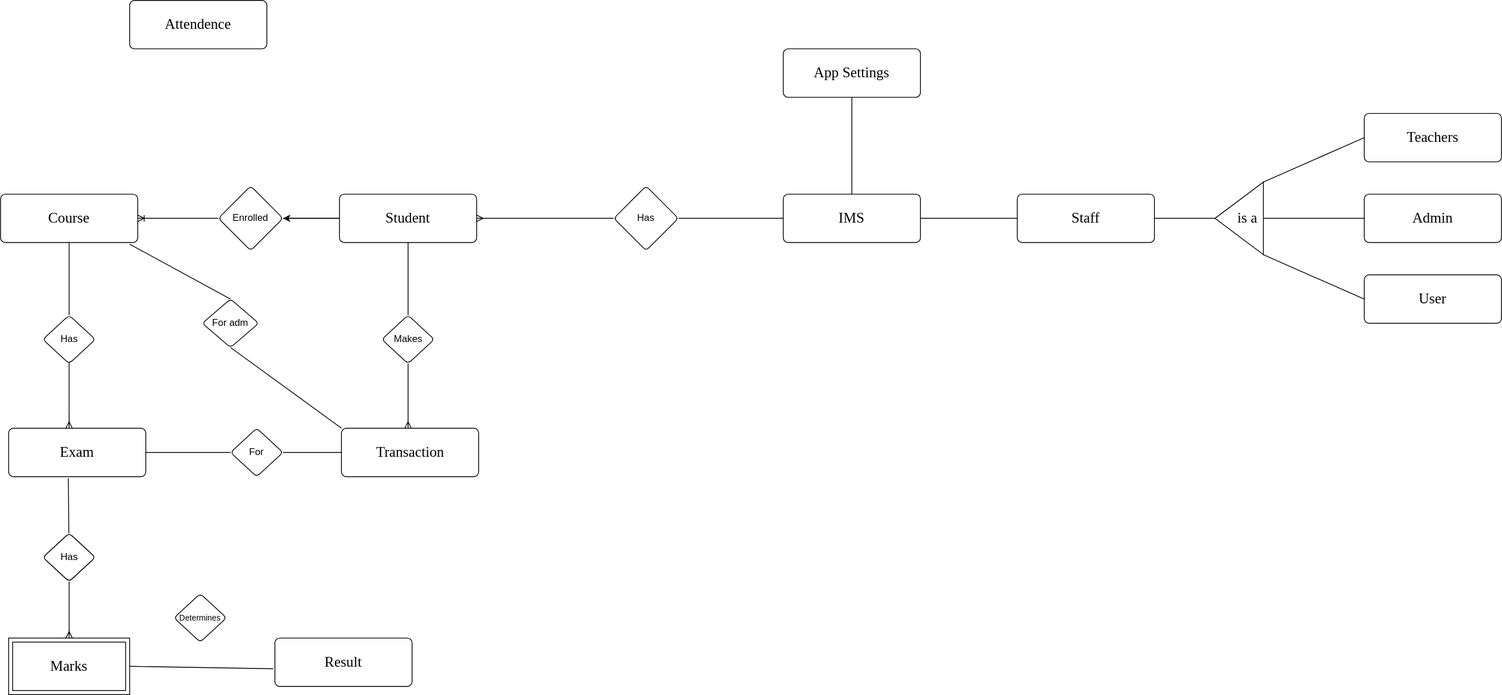
Earlier version of the draw.io export IMS E-R .drawio.svg (IshuPrabhakar/Institute-Management-System). Source tidied: cells renumbered, new cells last; positions are measured from the earlier drawing's top-left corner, leaving out a move shared by most shapes.
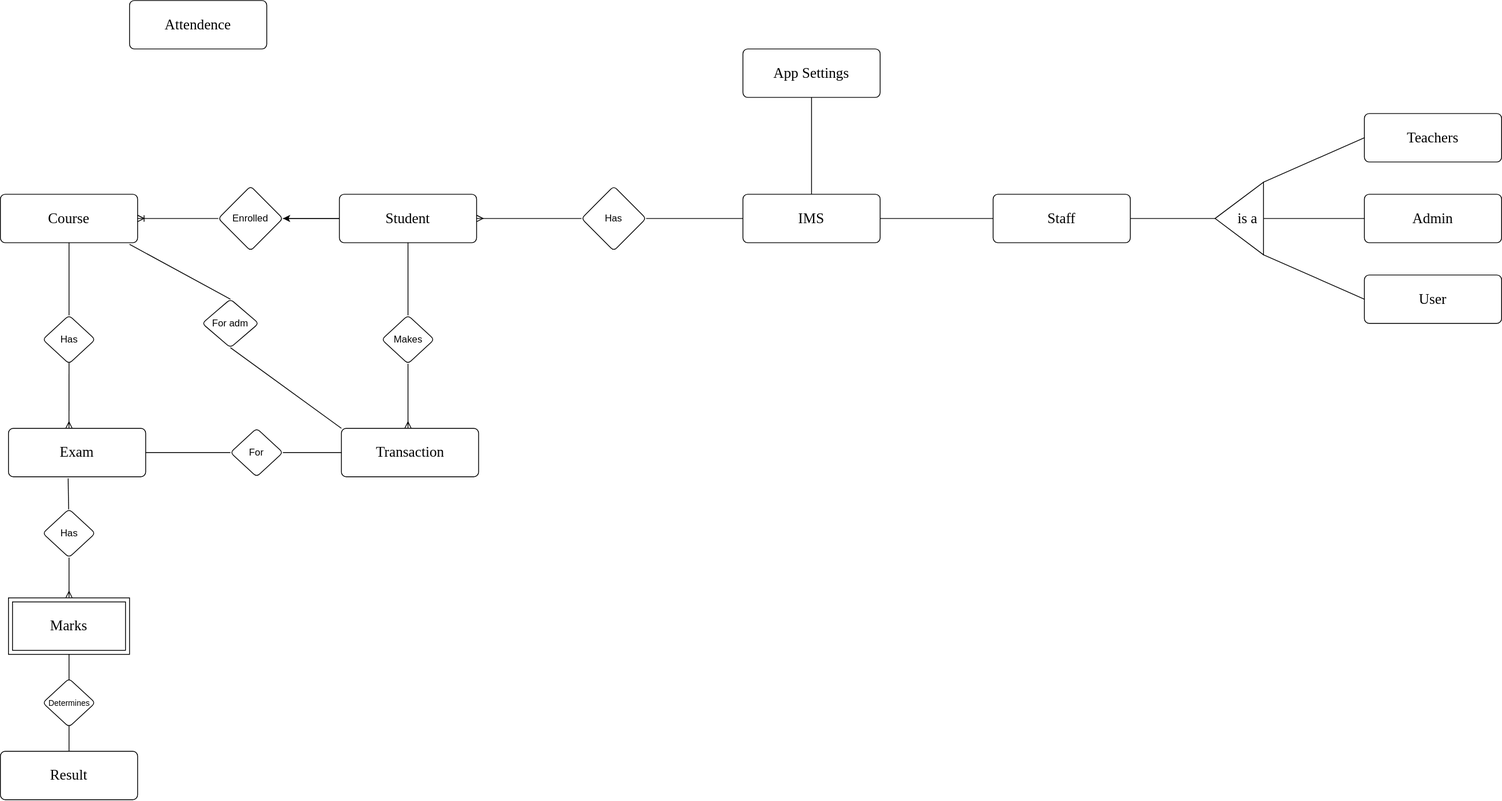
After the change.

Change to the diagram source:
```diff
@@ -32,7 +32,7 @@
     </object>
     <object id="8" label="&lt;font face=&quot;Poppins&quot; style=&quot;font-size: 18px;&quot;&gt;Staff&lt;/font&gt;" placeholders="1">
       <mxCell style="rounded=1;arcSize=10;whiteSpace=wrap;html=1;align=center;" parent="1" vertex="1">
-        <mxGeometry x="1260" y="240" width="170" height="60" as="geometry" />
+        <mxGeometry x="1230" y="240" width="170" height="60" as="geometry" />
       </mxCell>
     </object>
     <object id="9" label="&lt;font face=&quot;Poppins&quot; style=&quot;font-size: 18px;&quot;&gt;User&lt;/font&gt;" placeholders="1">
@@ -42,7 +42,7 @@
     </object>
     <object id="10" label="&lt;font face=&quot;Poppins&quot; style=&quot;font-size: 18px;&quot;&gt;App Settings&lt;/font&gt;" placeholders="1">
       <mxCell style="rounded=1;arcSize=10;whiteSpace=wrap;html=1;align=center;" parent="1" vertex="1">
-        <mxGeometry x="970" y="60" width="170" height="60" as="geometry" />
+        <mxGeometry x="920" y="60" width="170" height="60" as="geometry" />
       </mxCell>
     </object>
     <object id="11" label="&lt;font face=&quot;Poppins&quot;&gt;&lt;span style=&quot;font-size: 18px;&quot;&gt;Admin&lt;/span&gt;&lt;/font&gt;" placeholders="1">
@@ -52,7 +52,7 @@
     </object>
     <object id="12" label="&lt;font face=&quot;Poppins&quot;&gt;&lt;span style=&quot;font-size: 18px;&quot;&gt;Result&lt;/span&gt;&lt;/font&gt;" placeholders="1">
       <mxCell style="rounded=1;arcSize=10;whiteSpace=wrap;html=1;align=center;" parent="1" vertex="1">
-        <mxGeometry x="340" y="790" width="170" height="60" as="geometry" />
+        <mxGeometry y="930" width="170" height="60" as="geometry" />
       </mxCell>
     </object>
     <mxCell id="13" style="edgeStyle=entityRelationEdgeStyle;fontSize=12;html=1;endArrow=ERoneToMany;rounded=0;fontFamily=Times New Roman;entryX=1;entryY=0.5;entryDx=0;entryDy=0;exitX=0;exitY=0.5;exitDx=0;exitDy=0;startArrow=none;" parent="1" edge="1" source="24" target="4">
@@ -60,7 +60,7 @@
     </mxCell>
     <object id="14" label="&lt;font face=&quot;Poppins&quot; style=&quot;font-size: 18px;&quot;&gt;IMS&lt;/font&gt;" placeholders="1">
       <mxCell style="rounded=1;arcSize=10;whiteSpace=wrap;html=1;align=center;" parent="1" vertex="1">
-        <mxGeometry x="970" y="240" width="170" height="60" as="geometry" />
+        <mxGeometry x="920" y="240" width="170" height="60" as="geometry" />
       </mxCell>
     </object>
     <mxCell id="15" style="endArrow=none;html=1;rounded=0;fontFamily=Times New Roman;fontSize=18;entryX=0;entryY=0.5;entryDx=0;entryDy=0;exitX=1;exitY=0.5;exitDx=0;exitDy=0;" parent="1" edge="1" source="14" target="8">
@@ -99,7 +99,7 @@
       <mxGeometry relative="1" as="geometry" />
     </mxCell>
     <mxCell id="26" value="Has" style="rhombus;whiteSpace=wrap;html=1;rounded=1;arcSize=10;" parent="1" vertex="1">
-      <mxGeometry x="760" y="230" width="80" height="80" as="geometry" />
+      <mxGeometry x="720" y="230" width="80" height="80" as="geometry" />
     </mxCell>
     <mxCell id="27" style="fontSize=12;html=1;endArrow=ERmany;rounded=0;fontFamily=Times New Roman;endFill=0;exitX=0;exitY=0.5;exitDx=0;exitDy=0;entryX=1;entryY=0.5;entryDx=0;entryDy=0;" parent="1" edge="1" source="26" target="3">
       <mxGeometry relative="1" as="geometry" />
@@ -119,7 +119,7 @@
       <mxGeometry relative="1" as="geometry" />
     </mxCell>
     <mxCell id="32" value="Has" style="rhombus;whiteSpace=wrap;html=1;rounded=1;arcSize=10;" parent="1" vertex="1">
-      <mxGeometry x="52.5" y="660" width="65" height="60" as="geometry" />
+      <mxGeometry x="52.5" y="630" width="65" height="60" as="geometry" />
     </mxCell>
     <mxCell id="33" style="fontSize=12;html=1;endArrow=none;rounded=0;fontFamily=Times New Roman;endFill=0;exitX=0.435;exitY=1.033;exitDx=0;exitDy=0;exitPerimeter=0;" parent="1" edge="1" source="7" target="32">
       <mxGeometry relative="1" as="geometry" />
@@ -142,7 +142,7 @@
       <mxGeometry relative="1" as="geometry" />
     </mxCell>
     <mxCell id="39" value="Marks" style="shape=ext;margin=3;double=1;whiteSpace=wrap;html=1;align=center;fontFamily=Poppins;fontSize=18;strokeWidth=1;fontSource=https%3A%2F%2Ffonts.googleapis.com%2Fcss%3Ffamily%3DPoppins;" parent="1" vertex="1">
-      <mxGeometry x="10" y="790" width="150" height="70" as="geometry" />
+      <mxGeometry x="10" y="740" width="150" height="70" as="geometry" />
     </mxCell>
     <mxCell id="40" value="Has" style="rhombus;whiteSpace=wrap;html=1;rounded=1;arcSize=10;" parent="1" vertex="1">
       <mxGeometry x="52.5" y="390" width="65" height="60" as="geometry" />
@@ -162,11 +162,11 @@
     <mxCell id="45" style="fontSize=12;html=1;endArrow=none;rounded=0;fontFamily=Times New Roman;endFill=0;exitX=0.5;exitY=1;exitDx=0;exitDy=0;entryX=0.5;entryY=0;entryDx=0;entryDy=0;entryPerimeter=0;" parent="1" edge="1" source="3" target="44">
       <mxGeometry relative="1" as="geometry" />
     </mxCell>
+    <mxCell id="47" style="endArrow=none;html=1;rounded=0;fontFamily=Times New Roman;fontSize=18;entryX=0.5;entryY=0;entryDx=0;entryDy=0;exitX=0.5;exitY=1;exitDx=0;exitDy=0;" parent="1" edge="1" source="39" target="12">
+      <mxGeometry relative="1" as="geometry" />
+    </mxCell>
     <mxCell id="46" value="&lt;font style=&quot;font-size: 10px;&quot;&gt;Determines&lt;/font&gt;" style="rhombus;whiteSpace=wrap;html=1;rounded=1;arcSize=10;" parent="1" vertex="1">
-      <mxGeometry x="215" y="735" width="65" height="60" as="geometry" />
+      <mxGeometry x="52.5" y="840" width="65" height="60" as="geometry" />
     </mxCell>
-    <mxCell id="47" style="endArrow=none;html=1;rounded=0;fontFamily=Times New Roman;fontSize=18;entryX=-0.012;entryY=0.633;entryDx=0;entryDy=0;entryPerimeter=0;exitX=1;exitY=0.5;exitDx=0;exitDy=0;" parent="1" edge="1" source="39" target="12">
-      <mxGeometry relative="1" as="geometry" />
-    </mxCell>
   </root>
 </mxGraphModel>
```
